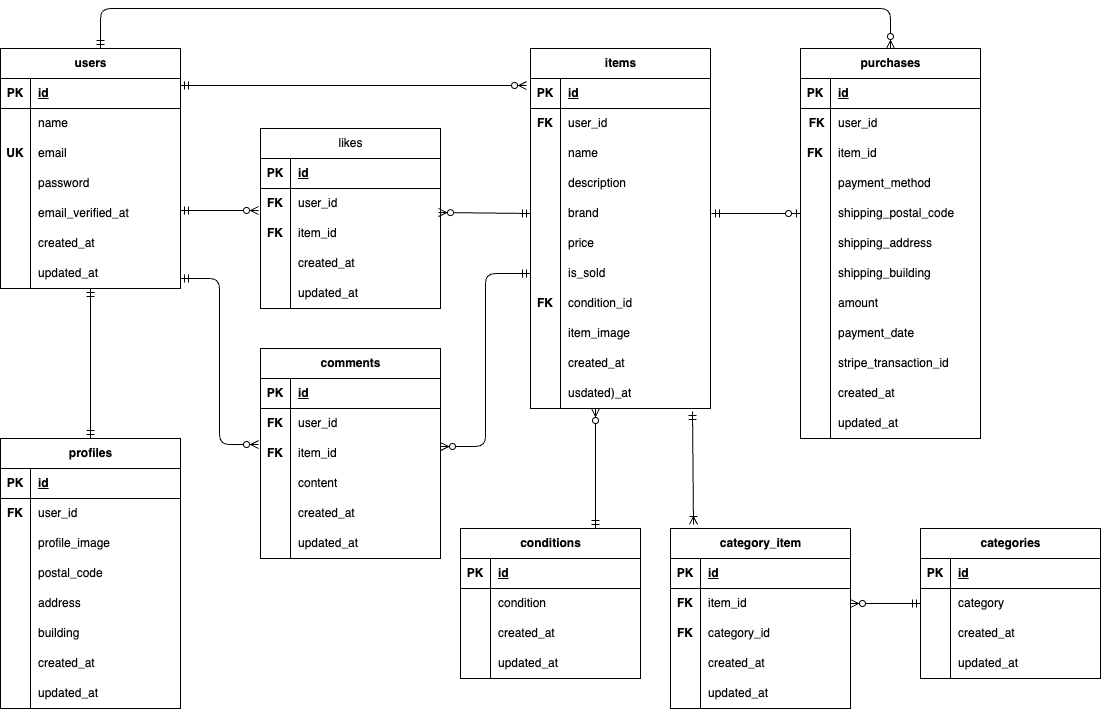
Before: src/er.drawio.png, a diagram exported from draw.io (kvujic/flea-market-app). Source tidied: cells renumbered, new cells last; positions are measured from the earlier drawing's top-left corner, leaving out a move shared by most shapes.
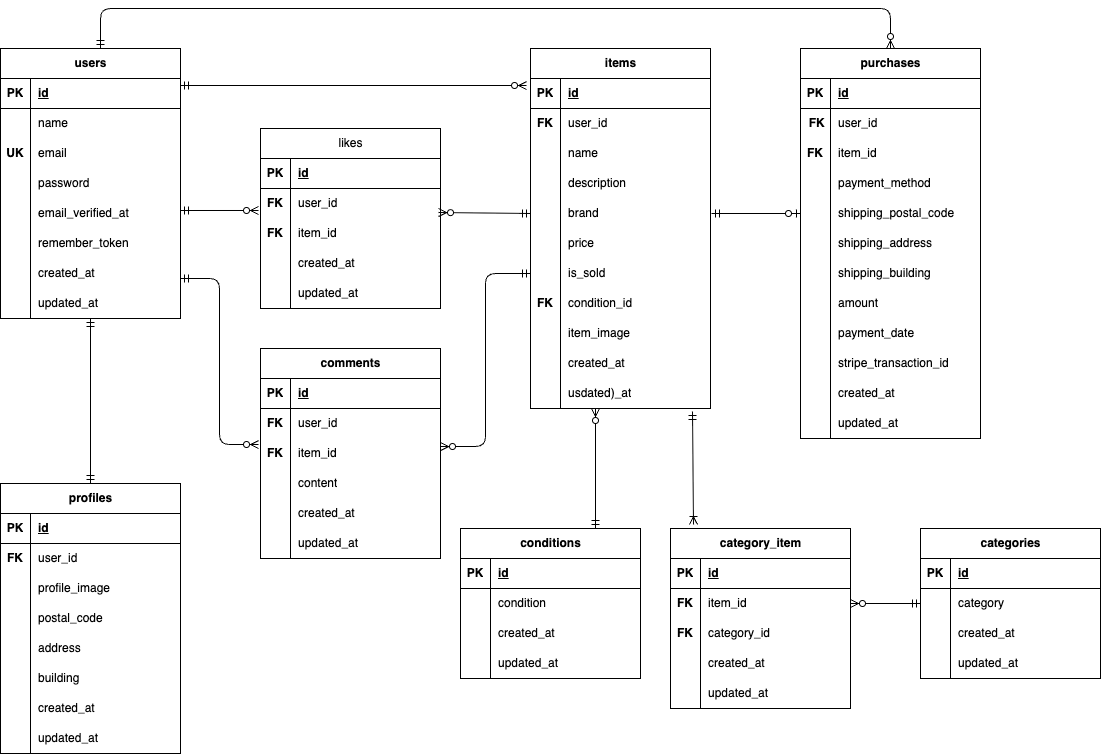
After the change.

The edit, as a diff of the source:
```diff
@@ -3,7 +3,7 @@
     <mxCell id="0" />
     <mxCell id="1" parent="0" />
     <mxCell id="2" value="users" style="shape=table;startSize=30;rowLines=0;fontStyle=1;align=center;html=1;" parent="1" vertex="1">
-      <mxGeometry y="40" width="180" height="240" as="geometry" />
+      <mxGeometry y="40" width="180" height="270" as="geometry" />
     </mxCell>
     <mxCell id="3" style="shape=tableRow;horizontal=0;startSize=0;swimlaneHead=0;swimlaneBody=0;fillColor=none;points=[[0,0.5],[1,0.5]];portConstraint=eastwest;top=0;left=0;right=0;bottom=1;" parent="2" vertex="1">
       <mxGeometry y="30" width="180" height="30" as="geometry" />
@@ -56,7 +56,7 @@
     <mxCell id="19" style="shape=partialRectangle;fillColor=none;top=0;left=0;bottom=0;right=0;overflow=hidden;whiteSpace=wrap;html=1;" parent="18" vertex="1">
       <mxGeometry width="30" height="30" as="geometry" />
     </mxCell>
-    <mxCell id="20" value="created_at" style="shape=partialRectangle;fillColor=none;top=0;left=0;bottom=0;right=0;align=left;spacingLeft=6;overflow=hidden;whiteSpace=wrap;html=1;" parent="18" vertex="1">
+    <mxCell id="20" value="remember_token" style="shape=partialRectangle;fillColor=none;top=0;left=0;bottom=0;right=0;align=left;spacingLeft=6;overflow=hidden;whiteSpace=wrap;html=1;" parent="18" vertex="1">
       <mxGeometry x="30" width="150" height="30" as="geometry" />
     </mxCell>
     <mxCell id="21" style="shape=tableRow;horizontal=0;startSize=0;swimlaneHead=0;swimlaneBody=0;fillColor=none;top=0;left=0;right=0;bottom=0;" parent="2" vertex="1">
@@ -65,11 +65,20 @@
     <mxCell id="22" style="shape=partialRectangle;fillColor=none;top=0;left=0;bottom=0;right=0;overflow=hidden;whiteSpace=wrap;html=1;" parent="21" vertex="1">
       <mxGeometry width="30" height="30" as="geometry" />
     </mxCell>
-    <mxCell id="23" value="updated_at" style="shape=partialRectangle;fillColor=none;top=0;left=0;bottom=0;right=0;align=left;spacingLeft=6;overflow=hidden;whiteSpace=wrap;html=1;" parent="21" vertex="1">
+    <mxCell id="23" value="&lt;span style=&quot;color: rgb(0, 0, 0);&quot;&gt;created_at&lt;/span&gt;" style="shape=partialRectangle;fillColor=none;top=0;left=0;bottom=0;right=0;align=left;spacingLeft=6;overflow=hidden;whiteSpace=wrap;html=1;" parent="21" vertex="1">
       <mxGeometry x="30" width="150" height="30" as="geometry" />
     </mxCell>
+    <mxCell id="209" style="shape=tableRow;horizontal=0;startSize=0;swimlaneHead=0;swimlaneBody=0;fillColor=none;top=0;left=0;right=0;bottom=0;" parent="2" vertex="1">
+      <mxGeometry y="240" width="180" height="30" as="geometry" />
+    </mxCell>
+    <mxCell id="210" style="shape=partialRectangle;fillColor=none;top=0;left=0;bottom=0;right=0;overflow=hidden;whiteSpace=wrap;html=1;" parent="209" vertex="1">
+      <mxGeometry width="30" height="30" as="geometry" />
+    </mxCell>
+    <mxCell id="211" value="updated_at" style="shape=partialRectangle;fillColor=none;top=0;left=0;bottom=0;right=0;align=left;spacingLeft=6;overflow=hidden;whiteSpace=wrap;html=1;" parent="209" vertex="1">
+      <mxGeometry x="30" width="150" height="30" as="geometry" />
+    </mxCell>
     <mxCell id="24" value="profiles" style="shape=table;startSize=30;rowLines=0;fontStyle=1;align=center;html=1;" parent="1" vertex="1">
-      <mxGeometry y="430" width="180" height="270" as="geometry" />
+      <mxGeometry y="475" width="180" height="270" as="geometry" />
     </mxCell>
     <mxCell id="25" style="shape=tableRow;horizontal=0;startSize=0;swimlaneHead=0;swimlaneBody=0;fillColor=none;top=0;left=0;right=0;bottom=1;" parent="24" vertex="1">
       <mxGeometry y="30" width="180" height="30" as="geometry" />
@@ -630,7 +639,7 @@
     </mxCell>
     <mxCell id="206" style="fontSize=12;html=1;endArrow=ERmandOne;startArrow=ERmandOne;exitX=0.5;exitY=0;exitDx=0;exitDy=0;" parent="1" edge="1" source="24">
       <mxGeometry relative="1" as="geometry">
-        <mxPoint x="90" y="280" as="targetPoint" />
+        <mxPoint x="90" y="310" as="targetPoint" />
       </mxGeometry>
     </mxCell>
     <mxCell id="207" style="fontSize=12;html=1;endArrow=ERzeroToOne;startArrow=ERmandOne;entryX=0;entryY=0.5;entryDx=0;entryDy=0;" parent="1" edge="1" target="174">
```
